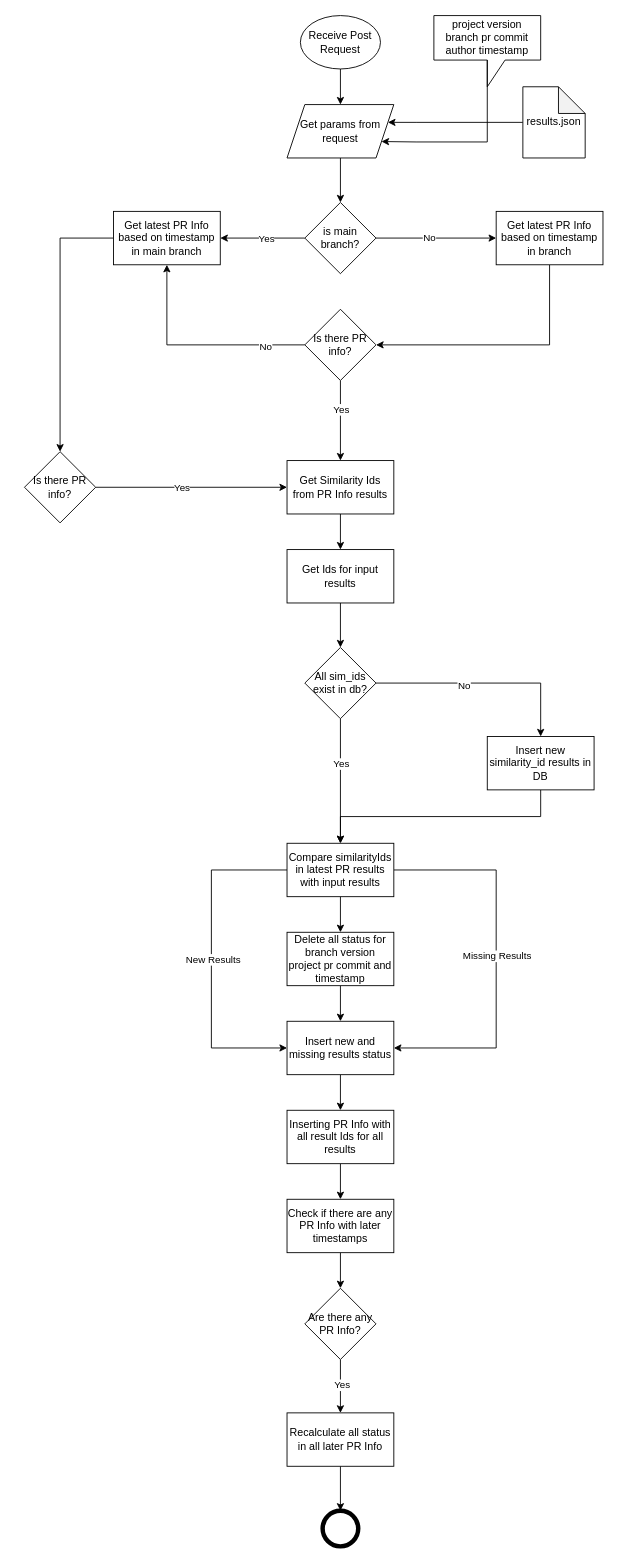
Before: page "Upload Results" (1 of 4) of Untitled Diagram.drawio in cx-joaoguedes/drawio, a draw.io diagram. Source tidied: cells renumbered, new cells numbered last; positions are measured from the earlier drawing's top-left corner, leaving out a move shared by most shapes. Both pictures are drawn from the tidied source at 89%, with x=0, y=0 at pixel (24, 15).
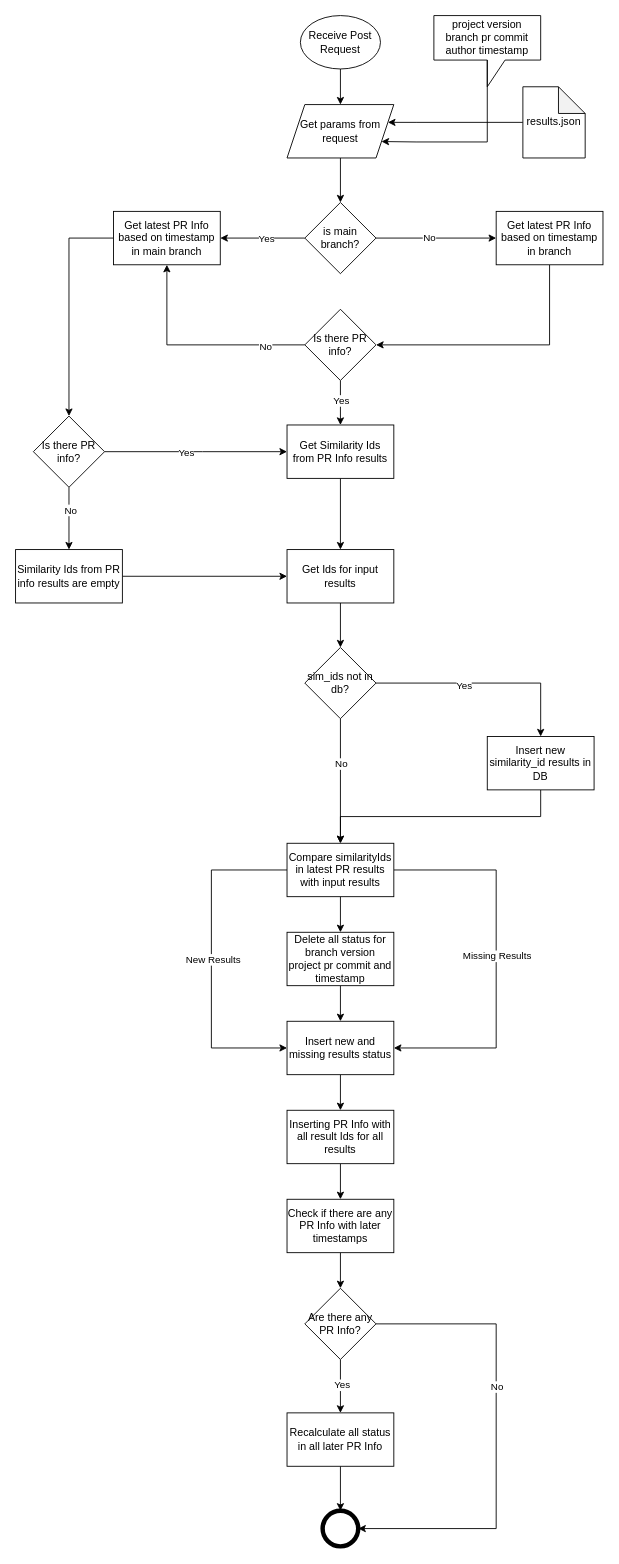
The same diagram, later.

Commit message:
Update upload vorpal results

Unchanged cells that the change refers to:
```xml
<mxCell id="10" style="ellipse;whiteSpace=wrap;html=1;rounded=1;fillColor=#ffffff;strokeWidth=5;strokeColor=#000000;" parent="1" vertex="1">
  <mxGeometry x="335" y="1680" width="40" height="40" as="geometry" />
</mxCell>
<mxCell id="41" value="Get Ids for input results" style="whiteSpace=wrap;html=1;" parent="1" vertex="1">
  <mxGeometry x="295" y="600" width="120" height="60" as="geometry" />
</mxCell>
<mxCell id="42" style="edgeStyle=orthogonalEdgeStyle;rounded=0;jettySize=auto;html=1;entryX=0.5;entryY=0;entryDx=0;entryDy=0;" parent="1" edge="1" source="46" target="48">
  <mxGeometry relative="1" as="geometry" />
</mxCell>
<mxCell id="44" style="edgeStyle=orthogonalEdgeStyle;rounded=0;jettySize=auto;html=1;entryX=0.5;entryY=0;entryDx=0;entryDy=0;" parent="1" edge="1" source="46" target="35">
  <mxGeometry relative="1" as="geometry" />
</mxCell>
<mxCell id="55" value="Are there any PR Info?" style="rhombus;whiteSpace=wrap;html=1;" parent="1" vertex="1">
  <mxGeometry x="315" y="1430" width="80" height="80" as="geometry" />
</mxCell>
```

Change to the diagram source:
```diff
@@
     <mxCell id="25" style="edgeStyle=orthogonalEdgeStyle;rounded=0;jettySize=auto;html=1;entryX=0;entryY=0.5;entryDx=0;entryDy=0;exitX=1;exitY=0.5;exitDx=0;exitDy=0;" parent="1" edge="1" source="27" target="29">
       <mxGeometry relative="1" as="geometry">
         <Array as="points">
-          <mxPoint x="295" y="530" />
+          <mxPoint x="200" y="490" />
+          <mxPoint x="200" y="490" />
         </Array>
       </mxGeometry>
     </mxCell>
@@
+    <mxCell id="58" style="edgeStyle=orthogonalEdgeStyle;rounded=0;jettySize=auto;html=1;" parent="1" edge="1" source="27" target="63">
+      <mxGeometry relative="1" as="geometry" />
+    </mxCell>
+    <mxCell id="59" value="No" style="edgeLabel;html=1;align=center;verticalAlign=middle;" parent="58" vertex="1">
+      <mxGeometry x="-0.28" y="1" relative="1" as="geometry" />
+    </mxCell>
     <mxCell id="27" value="Is there PR info?" style="rhombus;whiteSpace=wrap;html=1;" parent="1" vertex="1">
-      <mxGeometry y="490" width="80" height="80" as="geometry" />
+      <mxGeometry x="10" y="450" width="80" height="80" as="geometry" />
     </mxCell>
@@
     <mxCell id="29" value="Get Similarity Ids from PR Info results" style="whiteSpace=wrap;html=1;" parent="1" vertex="1">
-      <mxGeometry x="295" y="500" width="120" height="60" as="geometry" />
+      <mxGeometry x="295" y="460" width="120" height="60" as="geometry" />
     </mxCell>
@@
-    <mxCell id="43" value="No" style="edgeLabel;html=1;align=center;verticalAlign=middle;" parent="42" vertex="1">
+    <mxCell id="43" value="Yes" style="edgeLabel;html=1;align=center;verticalAlign=middle;" parent="42" vertex="1">
       <mxGeometry x="-0.2" y="-2" relative="1" as="geometry" />
     </mxCell>
@@
-    <mxCell id="45" value="Yes" style="edgeLabel;html=1;align=center;verticalAlign=middle;" parent="44" vertex="1">
+    <mxCell id="45" value="No" style="edgeLabel;html=1;align=center;verticalAlign=middle;" parent="44" vertex="1">
       <mxGeometry x="-0.48" relative="1" as="geometry">
         <mxPoint y="14" as="offset" />
       </mxGeometry>
     </mxCell>
-    <mxCell id="46" value="All sim_ids exist in db?" style="rhombus;whiteSpace=wrap;html=1;" parent="1" vertex="1">
+    <mxCell id="46" value="sim_ids not in db?" style="rhombus;whiteSpace=wrap;html=1;" parent="1" vertex="1">
       <mxGeometry x="315" y="710" width="80" height="80" as="geometry" />
     </mxCell>
@@
+    <mxCell id="60" style="edgeStyle=orthogonalEdgeStyle;rounded=0;jettySize=auto;html=1;entryX=1;entryY=0.5;entryDx=0;entryDy=0;" parent="1" edge="1" source="55" target="10">
+      <mxGeometry relative="1" as="geometry">
+        <Array as="points">
+          <mxPoint x="530" y="1470" />
+          <mxPoint x="530" y="1700" />
+        </Array>
+      </mxGeometry>
+    </mxCell>
+    <mxCell id="61" value="No" style="edgeLabel;html=1;align=center;verticalAlign=middle;" parent="60" vertex="1">
+      <mxGeometry x="0.1" y="-1" relative="1" as="geometry">
+        <mxPoint x="1" y="-81" as="offset" />
+      </mxGeometry>
+    </mxCell>
@@
+    <mxCell id="62" style="edgeStyle=orthogonalEdgeStyle;rounded=0;jettySize=auto;html=1;entryX=0;entryY=0.5;entryDx=0;entryDy=0;" parent="1" edge="1" source="63" target="41">
+      <mxGeometry relative="1" as="geometry" />
+    </mxCell>
+    <mxCell id="63" value="Similarity Ids from PR info results are empty" style="whiteSpace=wrap;html=1;" parent="1" vertex="1">
+      <mxGeometry x="-10" y="600" width="120" height="60" as="geometry" />
+    </mxCell>
```
